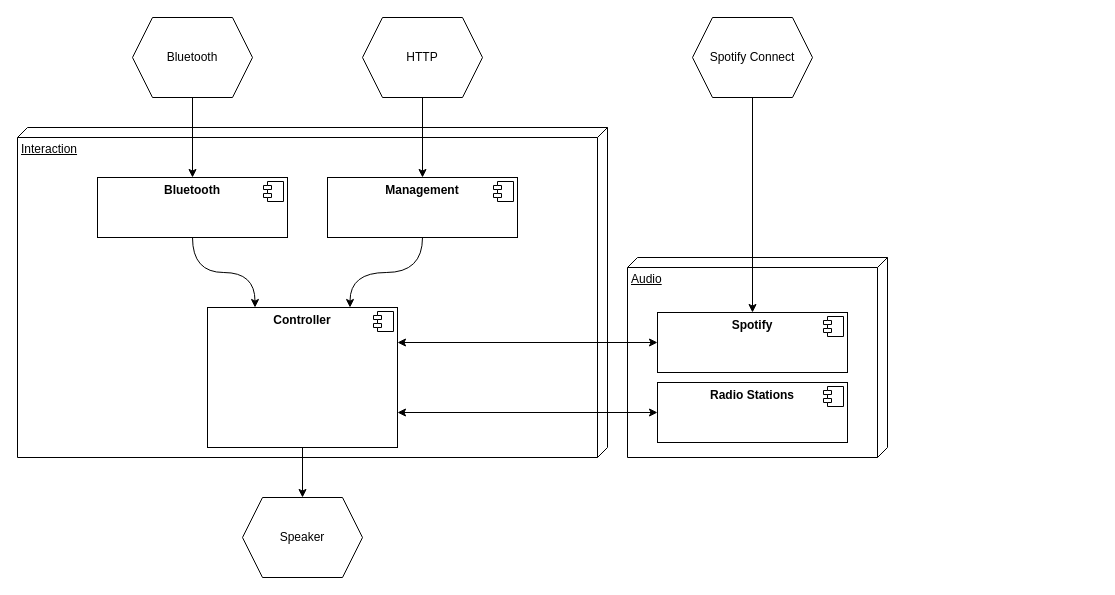
The draw.io diagram Untitled Diagram.drawio in f466162/internetradio, before the edit. Source tidied: cells renumbered, new cells numbered last; positions are measured from the earlier drawing's top-left corner, leaving out a move shared by most shapes. Both pictures are drawn from the tidied source at 100%, with x=0, y=0 at pixel (17, 17).
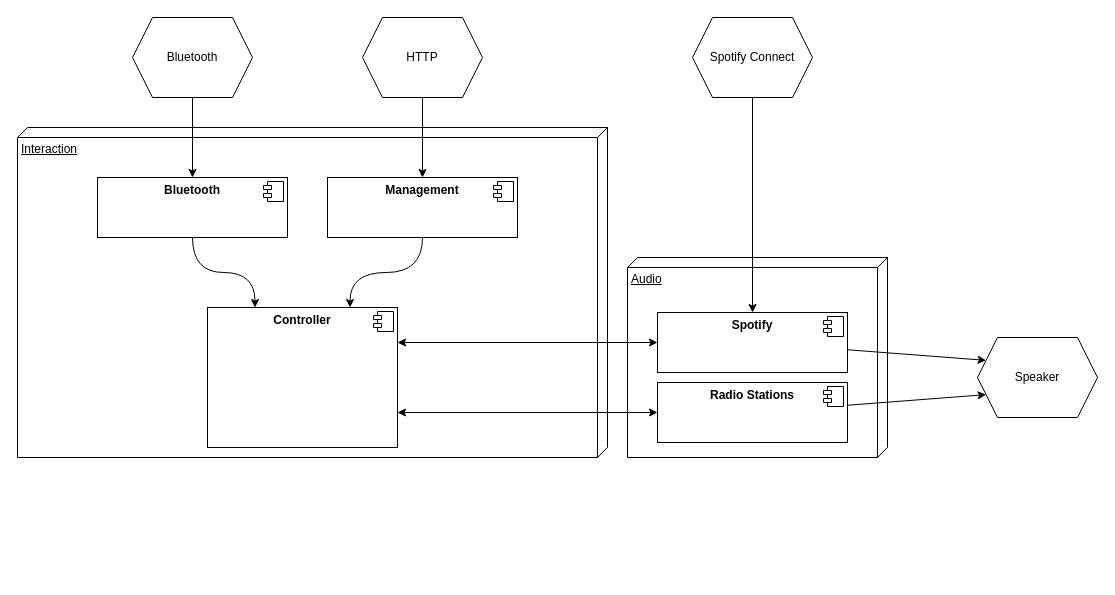
Above is the later version.

The change refers to these unchanged cells:
```xml
<mxCell id="7" value="&lt;p style=&quot;margin: 0px ; margin-top: 6px ; text-align: center&quot;&gt;&lt;b&gt;Controller&lt;/b&gt;&lt;/p&gt;" style="align=left;overflow=fill;html=1;" parent="1" vertex="1">
  <mxGeometry x="190" y="290" width="190" height="140" as="geometry" />
</mxCell>
<mxCell id="9" value="&lt;p style=&quot;margin: 0px ; margin-top: 6px ; text-align: center&quot;&gt;&lt;b&gt;Spotify&lt;/b&gt;&lt;/p&gt;" style="align=left;overflow=fill;html=1;" parent="1" vertex="1">
  <mxGeometry x="640" y="295" width="190" height="60" as="geometry" />
</mxCell>
<mxCell id="11" value="&lt;p style=&quot;margin: 0px ; margin-top: 6px ; text-align: center&quot;&gt;&lt;b&gt;Radio Stations&lt;/b&gt;&lt;/p&gt;" style="align=left;overflow=fill;html=1;" parent="1" vertex="1">
  <mxGeometry x="640" y="365" width="190" height="60" as="geometry" />
</mxCell>
```

Diff of the diagram source:
```diff
@@
-    <mxCell id="6" style="edgeStyle=none;rounded=0;jettySize=auto;html=1;entryX=0.5;entryY=0;entryDx=0;entryDy=0;" parent="1" edge="1" source="7" target="25">
-      <mxGeometry relative="1" as="geometry" />
-    </mxCell>
@@
+    <mxCell id="26" style="rounded=0;jettySize=auto;html=1;startArrow=none;startFill=0;entryX=0;entryY=0.25;entryDx=0;entryDy=0;" parent="1" edge="1" source="9" target="25">
+      <mxGeometry relative="1" as="geometry" />
+    </mxCell>
@@
+    <mxCell id="27" style="rounded=0;jettySize=auto;html=1;entryX=0;entryY=0.75;entryDx=0;entryDy=0;startArrow=none;startFill=0;" parent="1" edge="1" source="11" target="25">
+      <mxGeometry relative="1" as="geometry" />
+    </mxCell>
@@
     <mxCell id="25" value="Speaker" style="shape=hexagon;perimeter=hexagonPerimeter2;whiteSpace=wrap;html=1;fixedSize=1;" parent="1" vertex="1">
-      <mxGeometry x="225" y="480" width="120" height="80" as="geometry" />
+      <mxGeometry x="960" y="320" width="120" height="80" as="geometry" />
     </mxCell>
```
